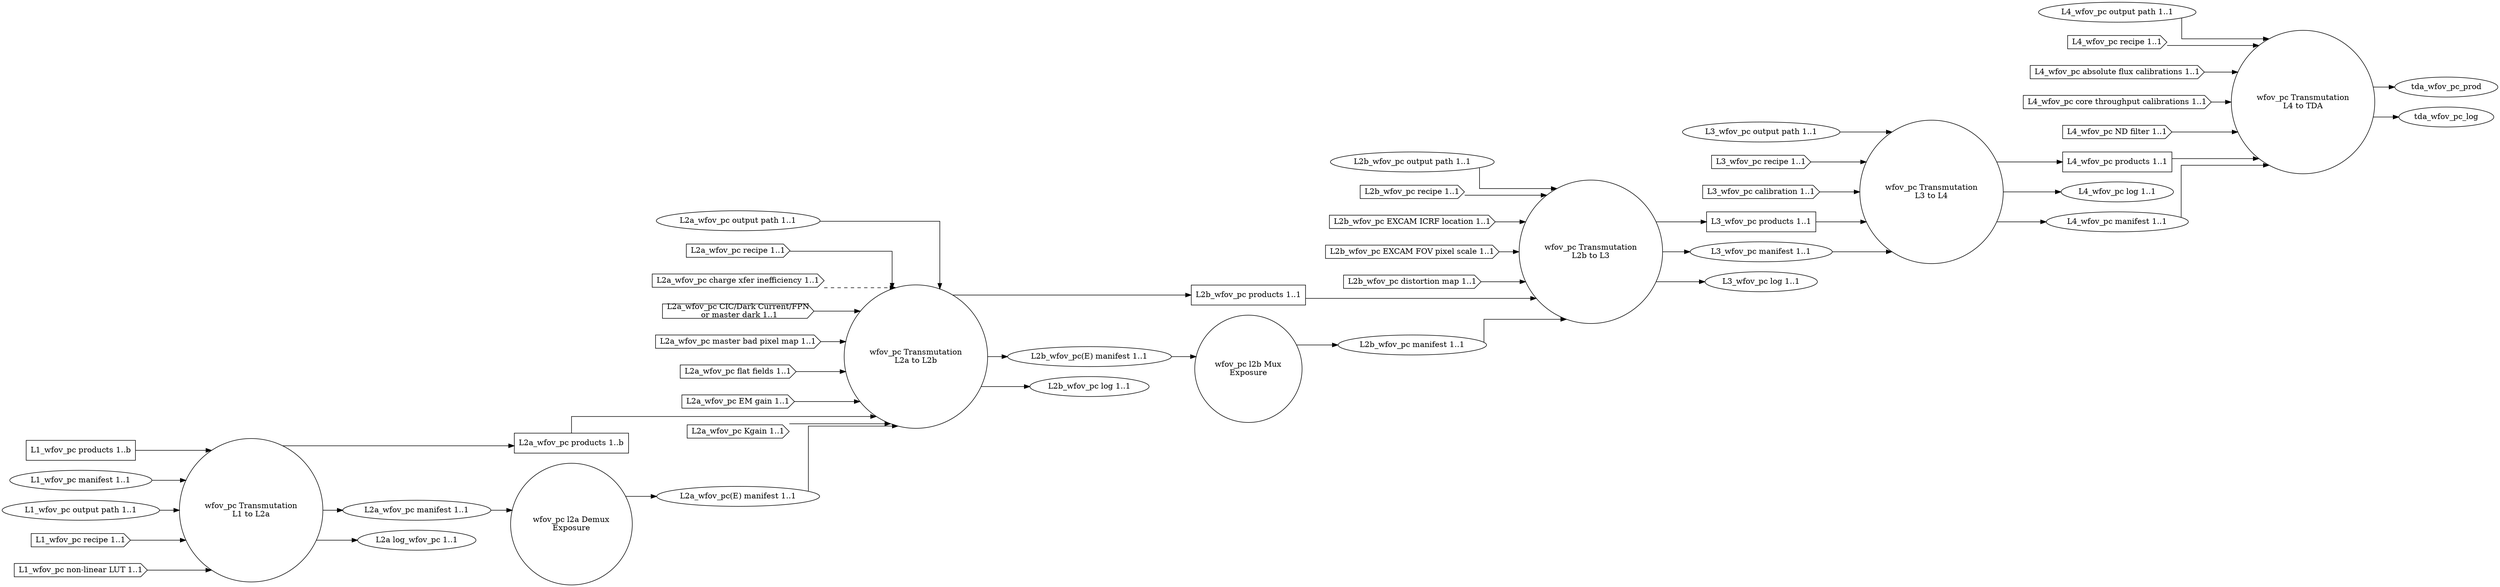
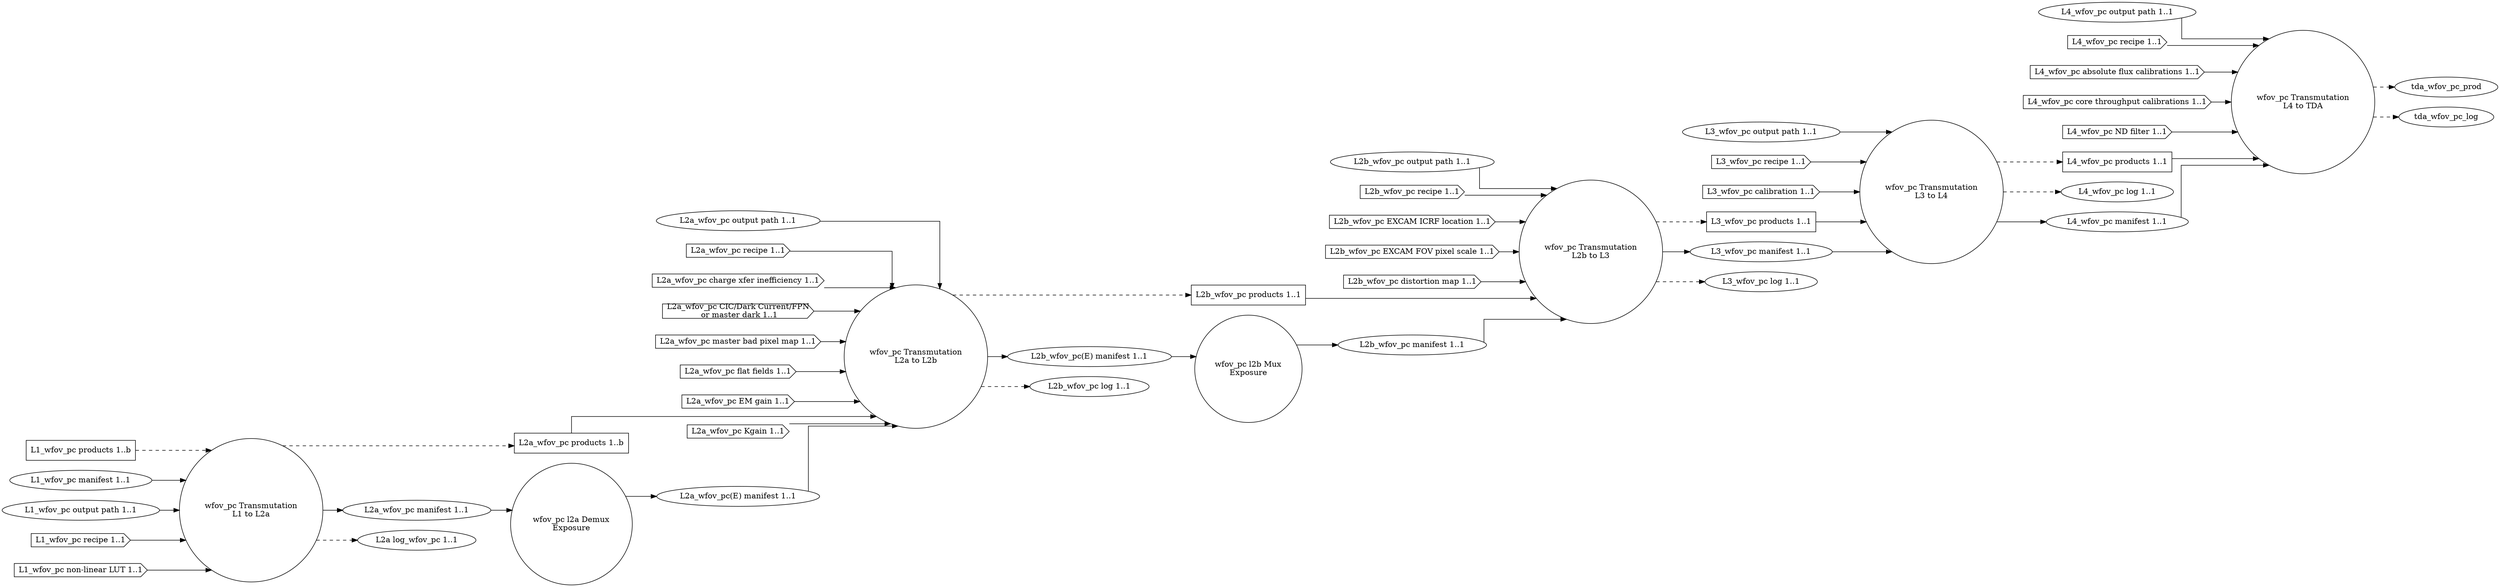
digraph WideFieldOfViewPhotonCount
{
  graph [splines="ortho", rankdir=LR];

  trans_wfov_pc_l1_l2a [label="wfov_pc Transmutation\nL1 to L2a", shape="circle"];
  l2a_wfov_pc_demux [label="wfov_pc l2a Demux\nExposure" shape="circle"];
  trans_wfov_pc_l2a_l2b [label="wfov_pc Transmutation\nL2a to L2b", shape="circle"];
  l2b_wfov_pc_mux [label="wfov_pc l2b Mux\nExposure", shape="circle"];
  trans_wfov_pc_l2b_l3 [label="wfov_pc Transmutation\nL2b to L3", shape="circle"];
  trans_wfov_pc_l3_l4 [label="wfov_pc Transmutation\nL3 to L4", shape="circle"];
  trans_wfov_pc_l4_tda [label="wfov_pc Transmutation\nL4 to TDA", shape="circle"];

  l1_wfov_pc_prod [label="L1_wfov_pc products 1..b", shape="rectangle"];
  l1_wfov_pc_man [label="L1_wfov_pc manifest 1..1", shape="ellipse"];
  l1_wfov_pc_odir [label="L1_wfov_pc output path 1..1", shape="ellipse"];
  l1_wfov_pc_rec [label="L1_wfov_pc recipe 1..1", shape="cds"];
  l1_wfov_pc_nllut [label="L1_wfov_pc non-linear LUT 1..1", shape="cds"];

  l2a_wfov_pc_prod [label="L2a_wfov_pc products 1..b", shape="rectangle"];
  l2a_wfov_pc_man [label="L2a_wfov_pc manifest 1..1", shape="ellipse"];
  l2a_wfov_pc_odir [label="L2a_wfov_pc output path 1..1", shape="ellipse"];
  l2a_wfov_pc_rec [label="L2a_wfov_pc recipe 1..1", shape="cds"];
  l2a_wfov_pc_cti [label="L2a_wfov_pc charge xfer inefficiency 1..1", shape="cds"];
  l2a_wfov_pc_dnb [label="L2a_wfov_pc CIC/Dark Current/FPN\n or master dark 1..1", shape="cds"];
  l2a_wfov_pc_mbpm [label="L2a_wfov_pc master bad pixel map 1..1", shape="cds"];
  l2a_wfov_pc_ff [label="L2a_wfov_pc flat fields 1..1", shape="cds"];
  l2a_wfov_pc_emg [label="L2a_wfov_pc EM gain 1..1", shape="cds"];
  l2a_wfov_pc_kgain [label="L2a_wfov_pc Kgain 1..1", shape="cds"];
  l2a_wfov_pc_log [label="L2a log_wfov_pc 1..1", shape="ellipse"];
  l2a_wfov_pc_man_demux [label="L2a_wfov_pc(E) manifest 1..1", shape="ellipse"];

  l2b_wfov_pc_prod [label="L2b_wfov_pc products 1..1", shape="rectangle"];
  l2b_wfov_pc_man [label="L2b_wfov_pc manifest 1..1", shape="ellipse"];
  l2b_wfov_pc_odir [label="L2b_wfov_pc output path 1..1", shape="ellipse"];
  l2b_wfov_pc_rec [label="L2b_wfov_pc recipe 1..1", shape="cds"];
  l2b_wfov_pc_excicrf [label="L2b_wfov_pc EXCAM ICRF location 1..1", shape="cds"];
  l2b_wfov_pc_excfovps [label="L2b_wfov_pc EXCAM FOV pixel scale 1..1", shape="cds"];
  l2b_wfov_pc_distm [label="L2b_wfov_pc distortion map 1..1", shape="cds"];
  l2b_wfov_pc_man_demux [label="L2b_wfov_pc(E) manifest 1..1", shape="ellipse"];
  l2b_wfov_pc_log [label="L2b_wfov_pc log 1..1", shape="ellipse"];

  l3_wfov_pc_prod [label="L3_wfov_pc products 1..1", shape="rectangle"];
  l3_wfov_pc_odir [label="L3_wfov_pc output path 1..1", shape="ellipse"];
  l3_wfov_pc_man [label="L3_wfov_pc manifest 1..1", shape="ellipse"];
  l3_wfov_pc_rec [label="L3_wfov_pc recipe 1..1", shape="cds"];
  l3_wfov_pc_cal [label="L3_wfov_pc calibration 1..1", shape="cds"];
  l3_wfov_pc_log [label="L3_wfov_pc log 1..1", shape="ellipse"];

  l4_wfov_pc_prod [label="L4_wfov_pc products 1..1", shape="rectangle"];
  l4_wfov_pc_odir [label="L4_wfov_pc output path 1..1", shape="ellipse"];
  l4_wfov_pc_log [label="L4_wfov_pc log 1..1", shape="ellipse"];
  l4_wfov_pc_man [label="L4_wfov_pc manifest 1..1", shape="ellipse"];
  l4_wfov_pc_rec [label="L4_wfov_pc recipe 1..1", shape="cds"];
  l4_wfov_pc_afcal [label="L4_wfov_pc absolute flux calibrations 1..1", shape="cds"];
  l4_wfov_pc_ctcal [label="L4_wfov_pc core throughput calibrations 1..1", shape="cds"];
  l4_wfov_pc_ndfilt [label="L4_wfov_pc ND filter 1..1", shape="cds"];

-   l1_wfov_pc_prod -> trans_wfov_pc_l1_l2a;
+   l1_wfov_pc_prod -> trans_wfov_pc_l1_l2a [style="dashed"];
  l1_wfov_pc_man -> trans_wfov_pc_l1_l2a;
  l1_wfov_pc_odir -> trans_wfov_pc_l1_l2a;
  l1_wfov_pc_rec -> trans_wfov_pc_l1_l2a;
  l1_wfov_pc_nllut -> trans_wfov_pc_l1_l2a;

-   trans_wfov_pc_l1_l2a -> l2a_wfov_pc_prod;
+   trans_wfov_pc_l1_l2a -> l2a_wfov_pc_prod [style="dashed"];
  trans_wfov_pc_l1_l2a -> l2a_wfov_pc_man;
-   trans_wfov_pc_l1_l2a -> l2a_wfov_pc_log;
+   trans_wfov_pc_l1_l2a -> l2a_wfov_pc_log [style="dashed"];

  l2a_wfov_pc_prod -> trans_wfov_pc_l2a_l2b;
  l2a_wfov_pc_odir -> trans_wfov_pc_l2a_l2b;
  l2a_wfov_pc_rec -> trans_wfov_pc_l2a_l2b;
-   l2a_wfov_pc_cti -> trans_wfov_pc_l2a_l2b [style="dashed"];
+   l2a_wfov_pc_cti -> trans_wfov_pc_l2a_l2b;
  l2a_wfov_pc_dnb -> trans_wfov_pc_l2a_l2b;
  l2a_wfov_pc_mbpm -> trans_wfov_pc_l2a_l2b;
  l2a_wfov_pc_ff -> trans_wfov_pc_l2a_l2b;
  l2a_wfov_pc_emg -> trans_wfov_pc_l2a_l2b;
  l2a_wfov_pc_kgain -> trans_wfov_pc_l2a_l2b;

-   trans_wfov_pc_l2a_l2b -> l2b_wfov_pc_prod;
+   trans_wfov_pc_l2a_l2b -> l2b_wfov_pc_prod [style="dashed"];
  trans_wfov_pc_l2a_l2b -> l2b_wfov_pc_man_demux;
-   trans_wfov_pc_l2a_l2b -> l2b_wfov_pc_log;
+   trans_wfov_pc_l2a_l2b -> l2b_wfov_pc_log [style="dashed"];

  l2a_wfov_pc_man -> l2a_wfov_pc_demux;
  l2a_wfov_pc_demux -> l2a_wfov_pc_man_demux;
  l2a_wfov_pc_man_demux -> trans_wfov_pc_l2a_l2b;

  l2b_wfov_pc_man_demux -> l2b_wfov_pc_mux;
  l2b_wfov_pc_mux -> l2b_wfov_pc_man;

  l2b_wfov_pc_prod -> trans_wfov_pc_l2b_l3;
  l2b_wfov_pc_man -> trans_wfov_pc_l2b_l3;
  l2b_wfov_pc_odir -> trans_wfov_pc_l2b_l3;
  l2b_wfov_pc_rec -> trans_wfov_pc_l2b_l3;
  l2b_wfov_pc_excicrf -> trans_wfov_pc_l2b_l3;
  l2b_wfov_pc_excfovps -> trans_wfov_pc_l2b_l3;
  l2b_wfov_pc_distm -> trans_wfov_pc_l2b_l3;
-   trans_wfov_pc_l2b_l3 -> l3_wfov_pc_prod;
+   trans_wfov_pc_l2b_l3 -> l3_wfov_pc_prod [style="dashed"];
  trans_wfov_pc_l2b_l3 -> l3_wfov_pc_man;
-   trans_wfov_pc_l2b_l3 -> l3_wfov_pc_log;
+   trans_wfov_pc_l2b_l3 -> l3_wfov_pc_log [style="dashed"];

  l3_wfov_pc_prod -> trans_wfov_pc_l3_l4;
  l3_wfov_pc_man -> trans_wfov_pc_l3_l4;
  l3_wfov_pc_odir -> trans_wfov_pc_l3_l4;
  l3_wfov_pc_rec -> trans_wfov_pc_l3_l4;
  l3_wfov_pc_cal -> trans_wfov_pc_l3_l4;
-   trans_wfov_pc_l3_l4 -> l4_wfov_pc_prod;
-   trans_wfov_pc_l3_l4 -> l4_wfov_pc_log;
+   trans_wfov_pc_l3_l4 -> l4_wfov_pc_prod [style="dashed"];
+   trans_wfov_pc_l3_l4 -> l4_wfov_pc_log [style="dashed"];
  trans_wfov_pc_l3_l4 -> l4_wfov_pc_man;

  l4_wfov_pc_prod -> trans_wfov_pc_l4_tda;
  l4_wfov_pc_man -> trans_wfov_pc_l4_tda;
  l4_wfov_pc_odir -> trans_wfov_pc_l4_tda;
  l4_wfov_pc_rec -> trans_wfov_pc_l4_tda;
  l4_wfov_pc_afcal -> trans_wfov_pc_l4_tda;
  l4_wfov_pc_ctcal -> trans_wfov_pc_l4_tda;
  l4_wfov_pc_ndfilt -> trans_wfov_pc_l4_tda;
-   trans_wfov_pc_l4_tda -> tda_wfov_pc_prod;
-   trans_wfov_pc_l4_tda -> tda_wfov_pc_log;
+   trans_wfov_pc_l4_tda -> tda_wfov_pc_prod [style="dashed"];
+   trans_wfov_pc_l4_tda -> tda_wfov_pc_log [style="dashed"];
}
